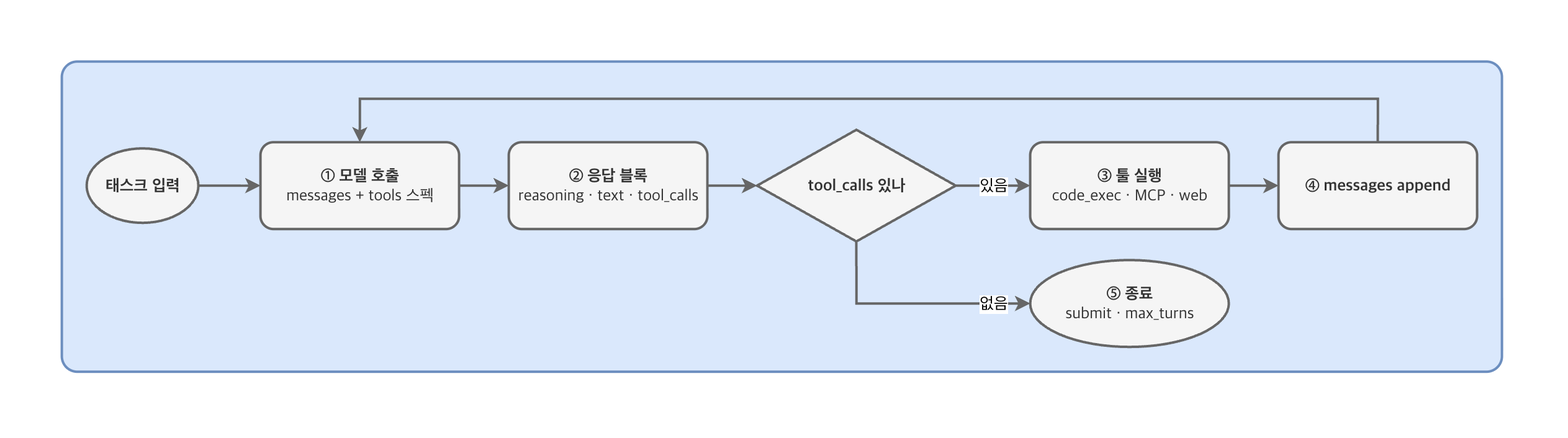
The draw.io diagram docs/images/agent-tracer-loop.png in MotifTechnologies/AgentTracer, before a commit. Source tidied: cells renumbered, new cells last; positions are measured from the earlier drawing's top-left corner, leaving out a move shared by most shapes.
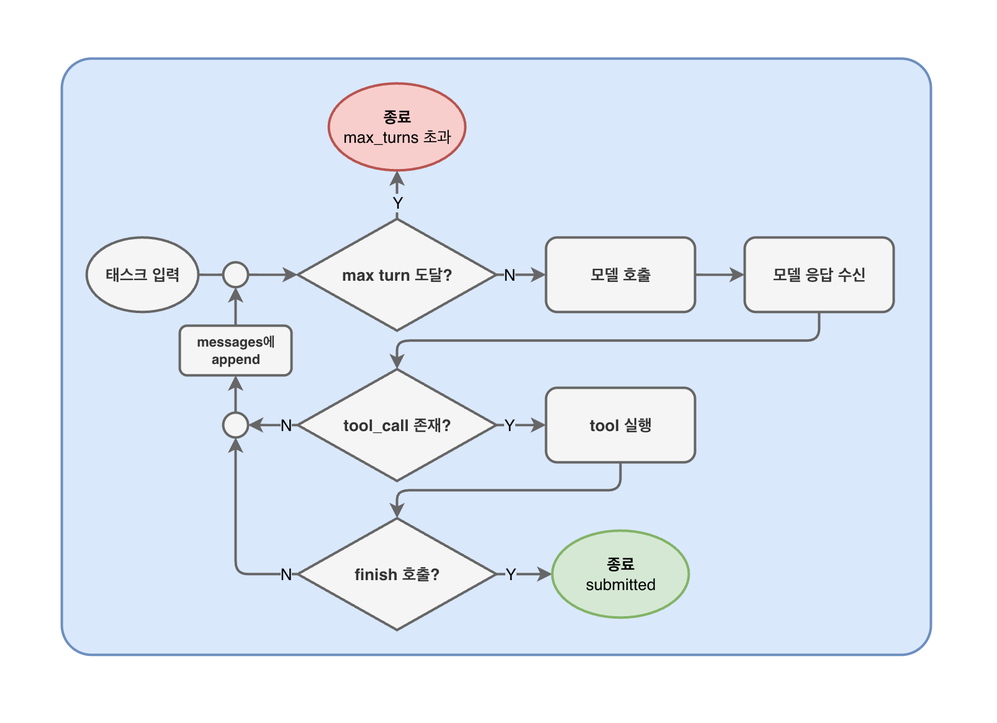
After the commit.

Commit message:
docs: 루프 그림을 코드와 맞게 다시 그리고 drawio 원본을 함께 둔다

이전 그림은 tool_call이 없으면 루프가 끝나는 것처럼 그려져 있었다. 실제로는
끝나지 않는다 — 그 턴의 메시지를 append하고 모델에게 계속하라고 이어붙인다.
루프를 빠져나가는 길은 성공한 finish tool 호출과 max_turns 소진 둘뿐이다.

PNG만 두면 다음 사람이 고쳐 그릴 수가 없어서 draw.io 원본을 같이 올린다.
두 장이 한 파일의 두 페이지다.

Claude-Session: https://claude.ai/code/session_01AXQHx8jh5k3nV39xsaBeKw

The edit, as a diff of the source:
```diff
@@ -2,55 +2,103 @@
   <root>
     <mxCell id="0" />
     <mxCell id="1" parent="0" />
-    <mxCell id="2" style="rounded=1;whiteSpace=wrap;html=1;fillColor=#dae8fc;strokeColor=#6c8ebf;arcSize=5;strokeWidth=2;labelPosition=left;verticalLabelPosition=top;align=right;verticalAlign=bottom;" parent="1" vertex="1">
-      <mxGeometry width="1160" height="250" as="geometry" />
+    <mxCell id="2" style="rounded=1;whiteSpace=wrap;html=1;fillColor=#dae8fc;strokeColor=#6c8ebf;arcSize=5;strokeWidth=2;labelPosition=left;verticalLabelPosition=top;align=right;verticalAlign=bottom;fontFamily=Helvetica;fontSize=13;" parent="1" vertex="1">
+      <mxGeometry x="-1320" y="-80" width="700" height="480" as="geometry" />
     </mxCell>
-    <mxCell id="3" value="&lt;b&gt;태스크 입력&lt;/b&gt;" style="ellipse;whiteSpace=wrap;html=1;strokeWidth=2;fillColor=#f5f5f5;strokeColor=#666666;fontFamily=Malgun Gothic;fontSize=13;fontColor=#333333;" parent="1" vertex="1">
-      <mxGeometry x="20" y="70" width="90" height="60" as="geometry" />
+    <mxCell id="3" value="&lt;b&gt;태스크 입력&lt;/b&gt;" style="ellipse;whiteSpace=wrap;html=1;strokeWidth=2;fillColor=#f5f5f5;strokeColor=#666666;fontFamily=Helvetica;fontSize=13;fontColor=#333333;direction=west;" parent="1" vertex="1">
+      <mxGeometry x="-1300" y="64" width="90" height="60" as="geometry" />
     </mxCell>
-    <mxCell id="4" value="&lt;b&gt;① 모델 호출&lt;/b&gt;&lt;br&gt;messages + tools 스펙" style="rounded=1;whiteSpace=wrap;html=1;strokeWidth=2;fillColor=#f5f5f5;strokeColor=#666666;fontFamily=Malgun Gothic;fontSize=13;fontColor=#333333;" parent="1" vertex="1">
-      <mxGeometry x="160" y="65" width="160" height="70" as="geometry" />
+    <mxCell id="4" value="&lt;b&gt;모델 호출&lt;/b&gt;" style="rounded=1;whiteSpace=wrap;html=1;strokeWidth=2;fillColor=#f5f5f5;strokeColor=#666666;fontFamily=Helvetica;fontSize=13;fontColor=#333333;" parent="1" vertex="1">
+      <mxGeometry x="-930" y="64" width="120" height="60" as="geometry" />
     </mxCell>
-    <mxCell id="5" value="&lt;b&gt;② 응답 블록&lt;/b&gt;&lt;br&gt;reasoning · text · tool_calls" style="rounded=1;whiteSpace=wrap;html=1;strokeWidth=2;fillColor=#f5f5f5;strokeColor=#666666;fontFamily=Malgun Gothic;fontSize=13;fontColor=#333333;" parent="1" vertex="1">
-      <mxGeometry x="360" y="65" width="160" height="70" as="geometry" />
+    <mxCell id="5" value="&lt;b&gt;모델 응답 수신&lt;/b&gt;" style="rounded=1;whiteSpace=wrap;html=1;strokeWidth=2;fillColor=#f5f5f5;strokeColor=#666666;fontFamily=Helvetica;fontSize=13;fontColor=#333333;" parent="1" vertex="1">
+      <mxGeometry x="-770" y="64" width="120" height="60" as="geometry" />
     </mxCell>
-    <mxCell id="6" value="&lt;b&gt;tool_calls 있나&lt;/b&gt;" style="rhombus;whiteSpace=wrap;html=1;strokeWidth=2;fillColor=#f5f5f5;strokeColor=#666666;fontFamily=Malgun Gothic;fontSize=13;fontColor=#333333;" parent="1" vertex="1">
-      <mxGeometry x="560" y="55" width="160" height="90" as="geometry" />
+    <mxCell id="6" value="&lt;b&gt;tool_call 존재?&lt;/b&gt;" style="rhombus;whiteSpace=wrap;html=1;strokeWidth=2;fillColor=#f5f5f5;strokeColor=#666666;fontFamily=Helvetica;fontSize=13;fontColor=#333333;" parent="1" vertex="1">
+      <mxGeometry x="-1130" y="170" width="160" height="90" as="geometry" />
     </mxCell>
+    <mxCell id="17" style="edgeStyle=orthogonalEdgeStyle;rounded=1;jettySize=auto;html=1;fillColor=#f5f5f5;strokeColor=#666666;strokeWidth=2;exitX=0.5;exitY=1;exitDx=0;exitDy=0;curved=0;" parent="1" edge="1" source="7" target="30">
+      <mxGeometry relative="1" as="geometry" />
+    </mxCell>
-    <mxCell id="7" value="&lt;b&gt;③ 툴 실행&lt;/b&gt;&lt;br&gt;code_exec · MCP · web" style="rounded=1;whiteSpace=wrap;html=1;strokeWidth=2;fillColor=#f5f5f5;strokeColor=#666666;fontFamily=Malgun Gothic;fontSize=13;fontColor=#333333;" parent="1" vertex="1">
-      <mxGeometry x="780" y="65" width="160" height="70" as="geometry" />
+    <mxCell id="7" value="&lt;b&gt;tool 실행&lt;/b&gt;" style="rounded=1;whiteSpace=wrap;html=1;strokeWidth=2;fillColor=#f5f5f5;strokeColor=#666666;fontFamily=Helvetica;fontSize=13;fontColor=#333333;" parent="1" vertex="1">
+      <mxGeometry x="-930" y="185" width="120" height="60" as="geometry" />
     </mxCell>
-    <mxCell id="8" style="edgeStyle=orthogonalEdgeStyle;rounded=0;jettySize=auto;html=1;entryX=0.5;entryY=0;entryDx=0;entryDy=0;exitX=0.5;exitY=0;exitDx=0;exitDy=0;fillColor=#f5f5f5;strokeColor=#666666;strokeWidth=2;" parent="1" edge="1" source="9" target="4">
-      <mxGeometry relative="1" as="geometry">
-        <Array as="points">
-          <mxPoint x="1060" y="30" />
-          <mxPoint x="240" y="30" />
-        </Array>
-      </mxGeometry>
-    </mxCell>
+    <mxCell id="18" style="edgeStyle=orthogonalEdgeStyle;rounded=0;jettySize=auto;html=1;strokeWidth=2;fillColor=#f5f5f5;strokeColor=#666666;" parent="1" edge="1" source="9" target="32">
+      <mxGeometry relative="1" as="geometry" />
+    </mxCell>
-    <mxCell id="9" value="&lt;b&gt;④ messages append&lt;/b&gt;" style="rounded=1;whiteSpace=wrap;html=1;strokeWidth=2;fillColor=#f5f5f5;strokeColor=#666666;fontFamily=Malgun Gothic;fontSize=13;fontColor=#333333;" parent="1" vertex="1">
-      <mxGeometry x="980" y="65" width="160" height="70" as="geometry" />
+    <mxCell id="9" value="&lt;b&gt;messages에 append&lt;/b&gt;" style="rounded=1;whiteSpace=wrap;html=1;strokeWidth=2;fillColor=#f5f5f5;strokeColor=#666666;fontFamily=Helvetica;fontSize=11;fontColor=#333333;" parent="1" vertex="1">
+      <mxGeometry x="-1225" y="135" width="90" height="40" as="geometry" />
     </mxCell>
-    <mxCell id="10" value="&lt;b&gt;⑤ 종료&lt;/b&gt;&lt;br&gt;submit · max_turns" style="ellipse;whiteSpace=wrap;html=1;strokeWidth=2;fillColor=#f5f5f5;strokeColor=#666666;fontFamily=Malgun Gothic;fontSize=13;fontColor=#333333;" parent="1" vertex="1">
-      <mxGeometry x="780" y="160" width="160" height="70" as="geometry" />
-    </mxCell>
-    <mxCell id="11" style="edgeStyle=orthogonalEdgeStyle;rounded=0;html=1;strokeWidth=2;strokeColor=#666666;fontFamily=Malgun Gothic;fontSize=13;fillColor=#f5f5f5;" parent="1" edge="1" source="3" target="4">
+    <mxCell id="11" style="edgeStyle=orthogonalEdgeStyle;rounded=0;html=1;strokeWidth=2;strokeColor=#666666;fontFamily=Helvetica;fontSize=13;fillColor=#f5f5f5;endArrow=none;endFill=0;" parent="1" edge="1" source="3" target="32">
       <mxGeometry relative="1" as="geometry" />
     </mxCell>
-    <mxCell id="12" style="edgeStyle=orthogonalEdgeStyle;rounded=0;html=1;strokeWidth=2;strokeColor=#666666;fontFamily=Malgun Gothic;fontSize=13;fillColor=#f5f5f5;" parent="1" edge="1" source="4" target="5">
+    <mxCell id="12" style="edgeStyle=orthogonalEdgeStyle;rounded=0;html=1;strokeWidth=2;strokeColor=#666666;fontFamily=Helvetica;fontSize=13;fillColor=#f5f5f5;" parent="1" edge="1" source="4" target="5">
       <mxGeometry relative="1" as="geometry" />
     </mxCell>
-    <mxCell id="13" style="edgeStyle=orthogonalEdgeStyle;rounded=0;html=1;strokeWidth=2;strokeColor=#666666;fontFamily=Malgun Gothic;fontSize=13;fillColor=#f5f5f5;" parent="1" edge="1" source="5" target="6">
+    <mxCell id="13" style="edgeStyle=orthogonalEdgeStyle;rounded=1;html=1;strokeWidth=2;strokeColor=#666666;fontFamily=Helvetica;fontSize=13;fillColor=#f5f5f5;exitX=0.5;exitY=1;exitDx=0;exitDy=0;curved=0;" parent="1" edge="1" source="5" target="6">
       <mxGeometry relative="1" as="geometry" />
     </mxCell>
-    <mxCell id="14" value="있음" style="edgeStyle=orthogonalEdgeStyle;rounded=0;html=1;strokeWidth=2;strokeColor=#666666;fontFamily=Malgun Gothic;fontSize=13;fillColor=#f5f5f5;" parent="1" edge="1" source="6" target="7">
-      <mxGeometry relative="1" as="geometry" />
+    <mxCell id="14" value="Y" style="edgeStyle=orthogonalEdgeStyle;rounded=0;html=1;strokeWidth=2;strokeColor=#666666;fontFamily=Helvetica;fontSize=13;fillColor=#DAE8FC;labelBackgroundColor=#DAE8FC;" parent="1" edge="1" source="6" target="7">
+      <mxGeometry x="-0.5" relative="1" as="geometry" />
     </mxCell>
-    <mxCell id="15" style="edgeStyle=orthogonalEdgeStyle;rounded=0;html=1;strokeWidth=2;strokeColor=#666666;fontFamily=Malgun Gothic;fontSize=13;fillColor=#f5f5f5;" parent="1" edge="1" source="7" target="9">
-      <mxGeometry relative="1" as="geometry" />
-    </mxCell>
-    <mxCell id="16" value="없음" style="edgeStyle=orthogonalEdgeStyle;rounded=0;html=1;strokeWidth=2;strokeColor=#666666;fontFamily=Malgun Gothic;fontSize=13;fillColor=#f5f5f5;entryX=0;entryY=0.5;entryDx=0;entryDy=0;exitX=0.5;exitY=1;exitDx=0;exitDy=0;" parent="1" edge="1" source="6" target="10">
-      <mxGeometry x="0.68" relative="1" as="geometry" />
+    <mxCell id="16" value="N" style="edgeStyle=orthogonalEdgeStyle;rounded=0;html=1;strokeWidth=2;strokeColor=#666666;fontFamily=Helvetica;fontSize=13;fillColor=#DAE8FC;labelBackgroundColor=#DAE8FC;" parent="1" edge="1" source="6" target="33">
+      <mxGeometry x="-0.5" relative="1" as="geometry" />
     </mxCell>
+    <mxCell id="19" style="edgeStyle=orthogonalEdgeStyle;rounded=0;jettySize=auto;html=1;strokeWidth=2;fontFamily=Helvetica;fillColor=#f5f5f5;strokeColor=#666666;fontSize=13;" parent="1" edge="1" source="23" target="4">
+      <mxGeometry relative="1" as="geometry" />
+    </mxCell>
+    <mxCell id="20" value="N" style="edgeLabel;html=1;align=center;verticalAlign=middle;labelBackgroundColor=#DAE8FC;fontSize=13;" parent="19" vertex="1">
+      <mxGeometry x="-0.23" y="-1" relative="1" as="geometry">
+        <mxPoint x="-5" y="-1" as="offset" />
+      </mxGeometry>
+    </mxCell>
+    <mxCell id="21" style="edgeStyle=orthogonalEdgeStyle;rounded=0;jettySize=auto;html=1;fontFamily=Helvetica;strokeWidth=2;fillColor=#f5f5f5;strokeColor=#666666;fontSize=13;" parent="1" edge="1" source="23" target="24">
+      <mxGeometry relative="1" as="geometry" />
+    </mxCell>
+    <mxCell id="22" value="Y" style="edgeLabel;html=1;align=center;verticalAlign=middle;fontSize=13;labelBackgroundColor=#DAE8FC;" parent="21" vertex="1">
+      <mxGeometry x="-0.5" y="1" relative="1" as="geometry">
+        <mxPoint x="1" y="-3" as="offset" />
+      </mxGeometry>
+    </mxCell>
+    <mxCell id="23" value="&lt;b&gt;max turn 도달?&lt;/b&gt;" style="rhombus;whiteSpace=wrap;html=1;strokeWidth=2;fillColor=#f5f5f5;strokeColor=#666666;fontFamily=Helvetica;fontSize=13;fontColor=#333333;" parent="1" vertex="1">
+      <mxGeometry x="-1130" y="49" width="160" height="90" as="geometry" />
+    </mxCell>
+    <mxCell id="24" value="&lt;b&gt;종료&lt;/b&gt;&lt;br&gt;max_turns 초과" style="ellipse;whiteSpace=wrap;html=1;strokeWidth=2;fillColor=#f8cecc;strokeColor=#b85450;fontFamily=Helvetica;fontSize=13;" parent="1" vertex="1">
+      <mxGeometry x="-1105" y="-60" width="110" height="70" as="geometry" />
+    </mxCell>
+    <mxCell id="25" style="edgeStyle=orthogonalEdgeStyle;rounded=0;jettySize=auto;html=1;exitX=0.5;exitY=0;exitDx=0;exitDy=0;strokeWidth=2;fillColor=#f5f5f5;strokeColor=#666666;fontSize=13;" parent="1" edge="1" source="33" target="9">
+      <mxGeometry relative="1" as="geometry" />
+    </mxCell>
+    <mxCell id="26" style="edgeStyle=orthogonalEdgeStyle;rounded=1;jettySize=auto;html=1;strokeWidth=2;fillColor=#f5f5f5;strokeColor=#666666;entryX=0.5;entryY=1;entryDx=0;entryDy=0;endArrow=classic;endFill=1;exitX=0;exitY=0.5;exitDx=0;exitDy=0;fontSize=13;curved=0;" parent="1" edge="1" source="30" target="33">
+      <mxGeometry relative="1" as="geometry" />
+    </mxCell>
+    <mxCell id="27" value="N" style="edgeLabel;html=1;align=center;verticalAlign=middle;fontSize=13;labelBackgroundColor=#DAE8FC;" parent="26" vertex="1">
+      <mxGeometry x="-0.83" y="-1" relative="1" as="geometry">
+        <mxPoint x="3" y="1" as="offset" />
+      </mxGeometry>
+    </mxCell>
+    <mxCell id="28" style="edgeStyle=orthogonalEdgeStyle;rounded=0;jettySize=auto;html=1;strokeWidth=2;fillColor=#f5f5f5;strokeColor=#666666;fontSize=13;" parent="1" edge="1" source="30" target="34">
+      <mxGeometry relative="1" as="geometry" />
+    </mxCell>
+    <mxCell id="29" value="Y" style="edgeLabel;html=1;align=center;verticalAlign=middle;fontSize=13;labelBackgroundColor=#DAE8FC;" parent="28" vertex="1">
+      <mxGeometry x="-0.53" y="1" relative="1" as="geometry">
+        <mxPoint y="1" as="offset" />
+      </mxGeometry>
+    </mxCell>
+    <mxCell id="30" value="&lt;b&gt;finish 호출?&lt;/b&gt;" style="rhombus;whiteSpace=wrap;html=1;strokeWidth=2;fillColor=#f5f5f5;strokeColor=#666666;fontFamily=Helvetica;fontSize=13;fontColor=#333333;" parent="1" vertex="1">
+      <mxGeometry x="-1130" y="290" width="160" height="90" as="geometry" />
+    </mxCell>
+    <mxCell id="31" style="edgeStyle=orthogonalEdgeStyle;rounded=0;jettySize=auto;html=1;strokeWidth=2;fillColor=#f5f5f5;strokeColor=#666666;fontSize=13;" parent="1" edge="1" source="32" target="23">
+      <mxGeometry relative="1" as="geometry" />
+    </mxCell>
+    <mxCell id="32" style="ellipse;whiteSpace=wrap;html=1;shapeInside=1;strokeWidth=2;fillColor=#f5f5f5;fontColor=#333333;strokeColor=#666666;fontSize=13;" parent="1" vertex="1">
+      <mxGeometry x="-1190" y="84" width="20" height="20" as="geometry" />
+    </mxCell>
+    <mxCell id="33" style="ellipse;whiteSpace=wrap;html=1;shapeInside=1;strokeWidth=2;fillColor=#f5f5f5;fontColor=#333333;strokeColor=#666666;fontSize=13;" parent="1" vertex="1">
+      <mxGeometry x="-1190" y="205" width="20" height="20" as="geometry" />
+    </mxCell>
+    <mxCell id="34" value="&lt;b&gt;종료&lt;/b&gt;&lt;br&gt;submitted" style="ellipse;whiteSpace=wrap;html=1;strokeWidth=2;fillColor=#d5e8d4;strokeColor=#82b366;fontFamily=Helvetica;fontSize=13;" parent="1" vertex="1">
+      <mxGeometry x="-925" y="300" width="110" height="70" as="geometry" />
+    </mxCell>
   </root>
 </mxGraphModel>
```
